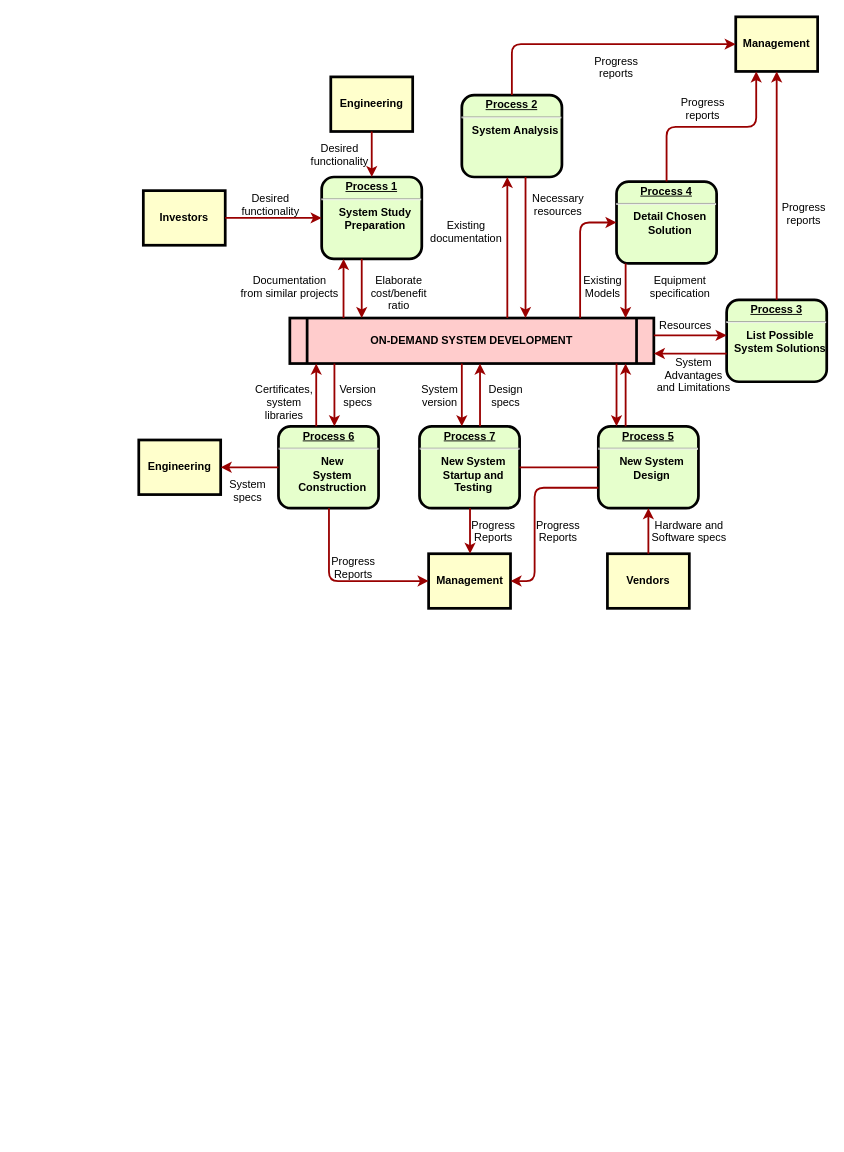
Above: 未命名绘图.drawio in WilliamWanCN/WilliamWanCN.github.io (draw.io), before the change. Source tidied: cells renumbered, new cells numbered last; positions are measured from the earlier drawing's top-left corner, leaving out a move shared by most shapes. Both pictures are drawn from the tidied source at 91%, with x=0, y=0 at pixel (138, 16).
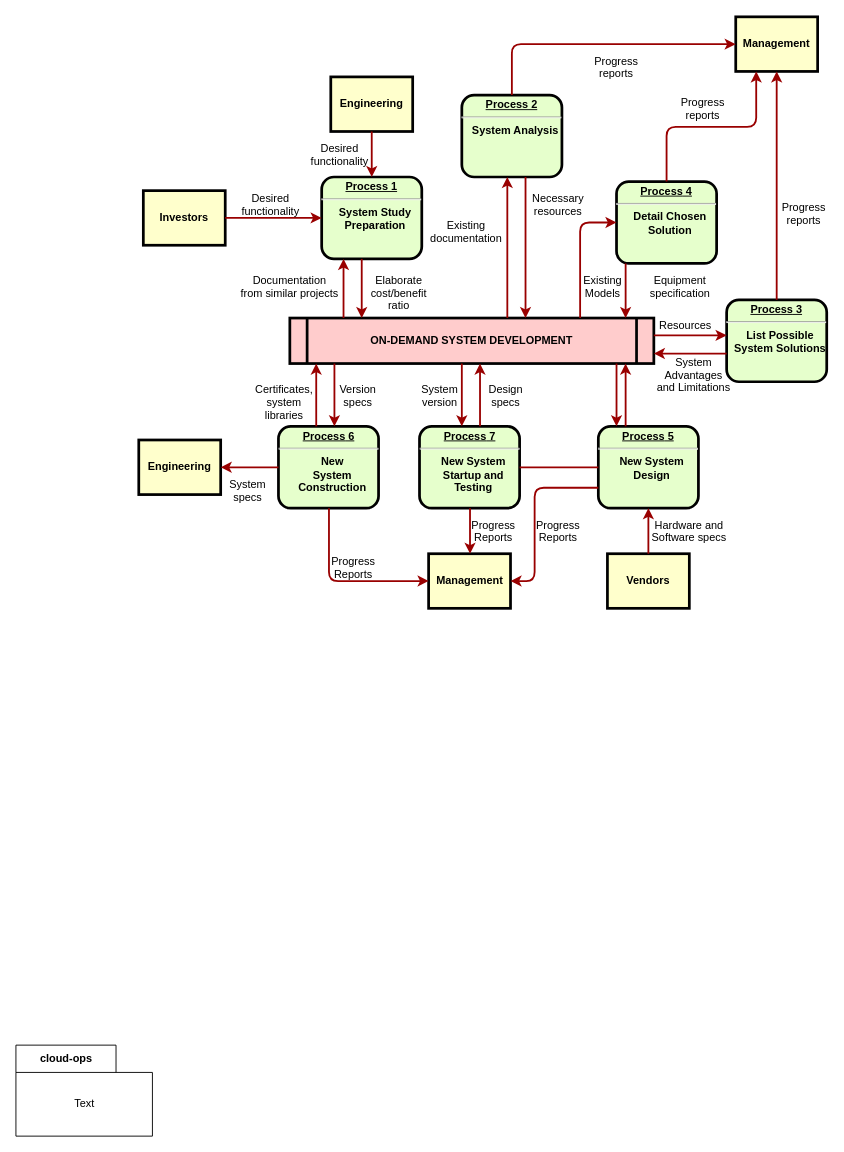
Above is the later version.

Diff of the diagram source:
```diff
@@
+    <mxCell id="63" value="cloud-ops" style="shape=folder;fontStyle=1;tabWidth=110;tabHeight=30;tabPosition=left;html=1;boundedLbl=1;labelInHeader=1;" parent="1" vertex="1">
+      <mxGeometry x="-135" y="1130" width="150" height="100" as="geometry" />
+    </mxCell>
+    <mxCell id="64" value="Text" style="html=1;strokeColor=none;fillColor=none;" parent="63" vertex="1">
+      <mxGeometry width="150" height="70" relative="1" as="geometry">
+        <mxPoint y="30" as="offset" />
+      </mxGeometry>
+    </mxCell>
```
